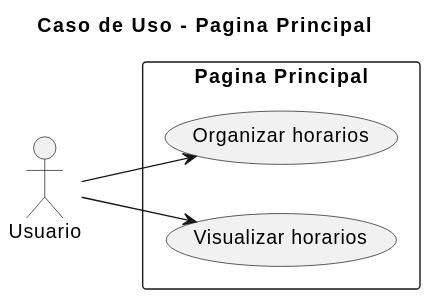
Earlier version of the PlantUML export imagenes/Casos de Uso/Caso de uso Pagina principal.svg (mmasias/23-24-IdSw1-SDR).
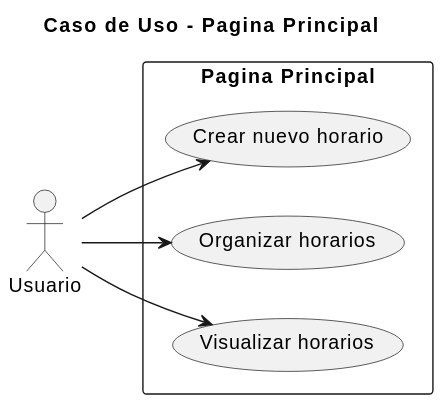
After the commit.

Commit message:
Añadiendo al uml

The edit, as a diff of the source:
```diff
@@ -7,8 +7,10 @@
 rectangle "Pagina Principal" {
     usecase "Visualizar horarios" as OP1
     usecase "Organizar horarios" as OP2
+usecase "Crear nuevo horario" as OP3
 }
 
 cust --> OP1
 cust --> OP2
+cust -->OP3
 @enduml
```
